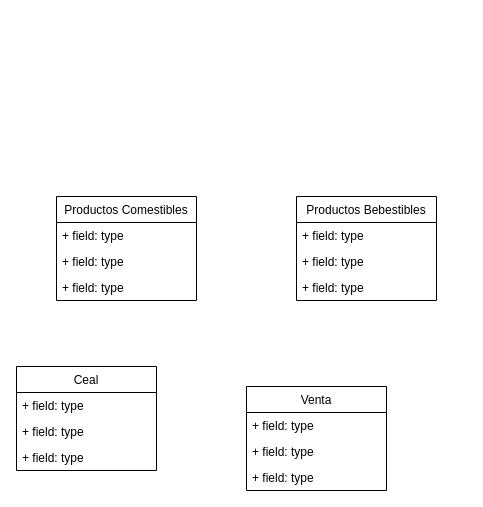
HowLonely/Diagrams keeps this draw.io diagram as Ayudantia06Dominio.drawio. Above is the earlier version. Source tidied: cells renumbered, new cells numbered last; positions are measured from the earlier drawing's top-left corner, leaving out a move shared by most shapes. Both pictures are drawn from the tidied source at 100%, with x=0, y=0 at pixel (16, 196).
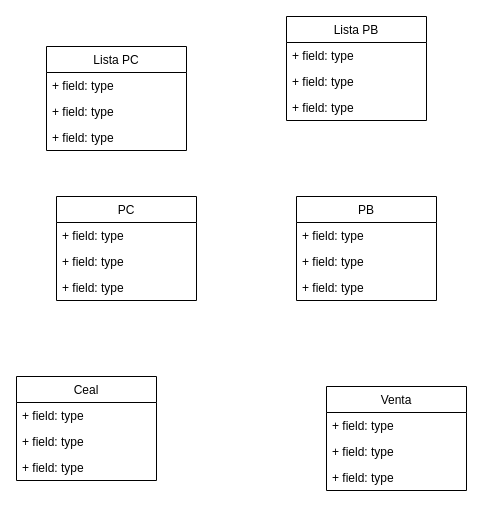
Above is the later version.

Change to the diagram source:
```diff
@@
-    <mxCell id="2" value="Productos Comestibles" style="swimlane;fontStyle=0;horizontal=1;startSize=26;fillColor=none;" parent="1" vertex="1">
+    <mxCell id="2" value="PC" style="swimlane;fontStyle=0;horizontal=1;startSize=26;fillColor=none;" parent="1" vertex="1">
       <mxGeometry x="40" width="140" height="104" as="geometry" />
     </mxCell>
@@
-    <mxCell id="6" value="Productos Bebestibles" style="swimlane;fontStyle=0;horizontal=1;startSize=26;fillColor=none;" parent="1" vertex="1">
+    <mxCell id="6" value="PB" style="swimlane;fontStyle=0;horizontal=1;startSize=26;fillColor=none;" parent="1" vertex="1">
       <mxGeometry x="280" width="140" height="104" as="geometry" />
     </mxCell>
@@
     <mxCell id="10" value="Venta" style="swimlane;fontStyle=0;horizontal=1;startSize=26;fillColor=none;" parent="1" vertex="1">
-      <mxGeometry x="230" y="190" width="140" height="104" as="geometry" />
+      <mxGeometry x="310" y="190" width="140" height="104" as="geometry" />
     </mxCell>
@@
     <mxCell id="14" value="Ceal" style="swimlane;fontStyle=0;horizontal=1;startSize=26;fillColor=none;" parent="1" vertex="1">
-      <mxGeometry y="170" width="140" height="104" as="geometry" />
+      <mxGeometry y="180" width="140" height="104" as="geometry" />
     </mxCell>
@@
+    <mxCell id="18" value="Lista PC" style="swimlane;fontStyle=0;horizontal=1;startSize=26;fillColor=none;" parent="1" vertex="1">
+      <mxGeometry x="30" y="-150" width="140" height="104" as="geometry" />
+    </mxCell>
+    <mxCell id="19" value="+ field: type" style="text;strokeColor=none;fillColor=none;align=left;verticalAlign=top;spacingLeft=4;spacingRight=4;overflow=hidden;" parent="18" vertex="1">
+      <mxGeometry y="26" width="140" height="26" as="geometry" />
+    </mxCell>
+    <mxCell id="20" value="+ field: type" style="text;strokeColor=none;fillColor=none;align=left;verticalAlign=top;spacingLeft=4;spacingRight=4;overflow=hidden;" parent="18" vertex="1">
+      <mxGeometry y="52" width="140" height="26" as="geometry" />
+    </mxCell>
+    <mxCell id="21" value="+ field: type" style="text;strokeColor=none;fillColor=none;align=left;verticalAlign=top;spacingLeft=4;spacingRight=4;overflow=hidden;" parent="18" vertex="1">
+      <mxGeometry y="78" width="140" height="26" as="geometry" />
+    </mxCell>
+    <mxCell id="22" value="Lista PB" style="swimlane;fontStyle=0;horizontal=1;startSize=26;fillColor=none;" parent="1" vertex="1">
+      <mxGeometry x="270" y="-180" width="140" height="104" as="geometry" />
+    </mxCell>
+    <mxCell id="23" value="+ field: type" style="text;strokeColor=none;fillColor=none;align=left;verticalAlign=top;spacingLeft=4;spacingRight=4;overflow=hidden;" parent="22" vertex="1">
+      <mxGeometry y="26" width="140" height="26" as="geometry" />
+    </mxCell>
+    <mxCell id="24" value="+ field: type" style="text;strokeColor=none;fillColor=none;align=left;verticalAlign=top;spacingLeft=4;spacingRight=4;overflow=hidden;" parent="22" vertex="1">
+      <mxGeometry y="52" width="140" height="26" as="geometry" />
+    </mxCell>
+    <mxCell id="25" value="+ field: type" style="text;strokeColor=none;fillColor=none;align=left;verticalAlign=top;spacingLeft=4;spacingRight=4;overflow=hidden;" parent="22" vertex="1">
+      <mxGeometry y="78" width="140" height="26" as="geometry" />
+    </mxCell>
```
